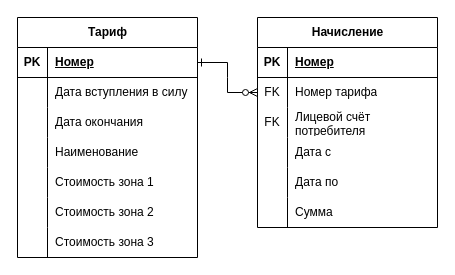
Earlier version of the draw.io diagram PBD/Z3/Diagrams/Т_Н.drawio (Mutabona/4Semestr). Source tidied: cells renumbered, new cells numbered last; positions are measured from the earlier drawing's top-left corner, leaving out a move shared by most shapes. Both pictures are drawn from the tidied source at 100%, with x=0, y=0 at pixel (17, 17).
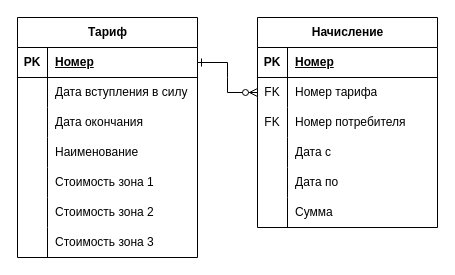
Above is the later version.

The change refers to these unchanged cells:
```xml
<mxCell id="9" style="shape=tableRow;horizontal=0;startSize=0;swimlaneHead=0;swimlaneBody=0;fillColor=none;top=0;left=0;right=0;bottom=0;" parent="2" vertex="1">
  <mxGeometry y="90" width="180" height="30" as="geometry" />
</mxCell>
```

Change to the diagram source:
```diff
@@
-    <mxCell id="11" value="Лицевой счёт потребителя" style="shape=partialRectangle;fillColor=none;top=0;left=0;bottom=0;right=0;align=left;spacingLeft=6;overflow=hidden;whiteSpace=wrap;html=1;" parent="9" vertex="1">
+    <mxCell id="11" value="Номер потребителя" style="shape=partialRectangle;fillColor=none;top=0;left=0;bottom=0;right=0;align=left;spacingLeft=6;overflow=hidden;whiteSpace=wrap;html=1;" parent="9" vertex="1">
       <mxGeometry x="30" width="150" height="30" as="geometry" />
     </mxCell>
```
